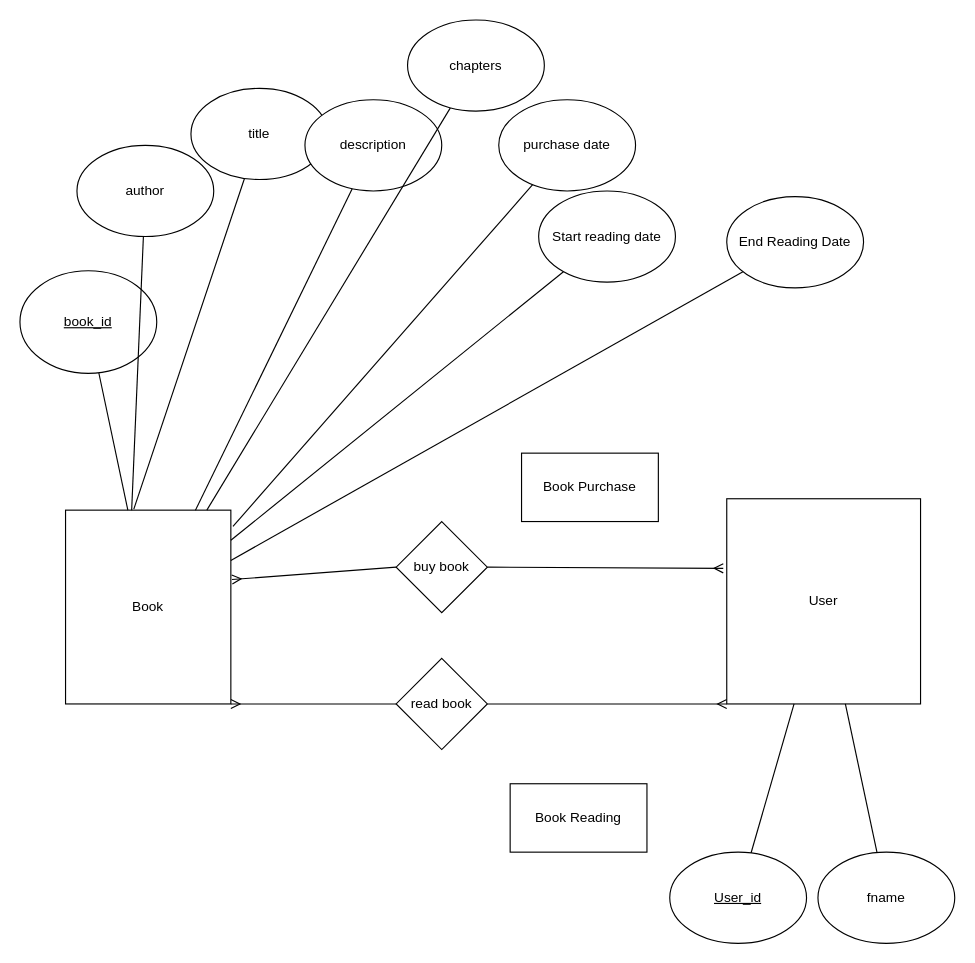
The draw.io diagram page "ER" (2 of 5) of Gerlinde/diagrams.drawio in peru3232/Database-development--Day1, before the edit. Source tidied: cells renumbered, new cells numbered last; positions are measured from the earlier drawing's top-left corner, leaving out a move shared by most shapes. Both pictures are drawn from the tidied source at 114%, with x=0, y=0 at pixel (19, 19).
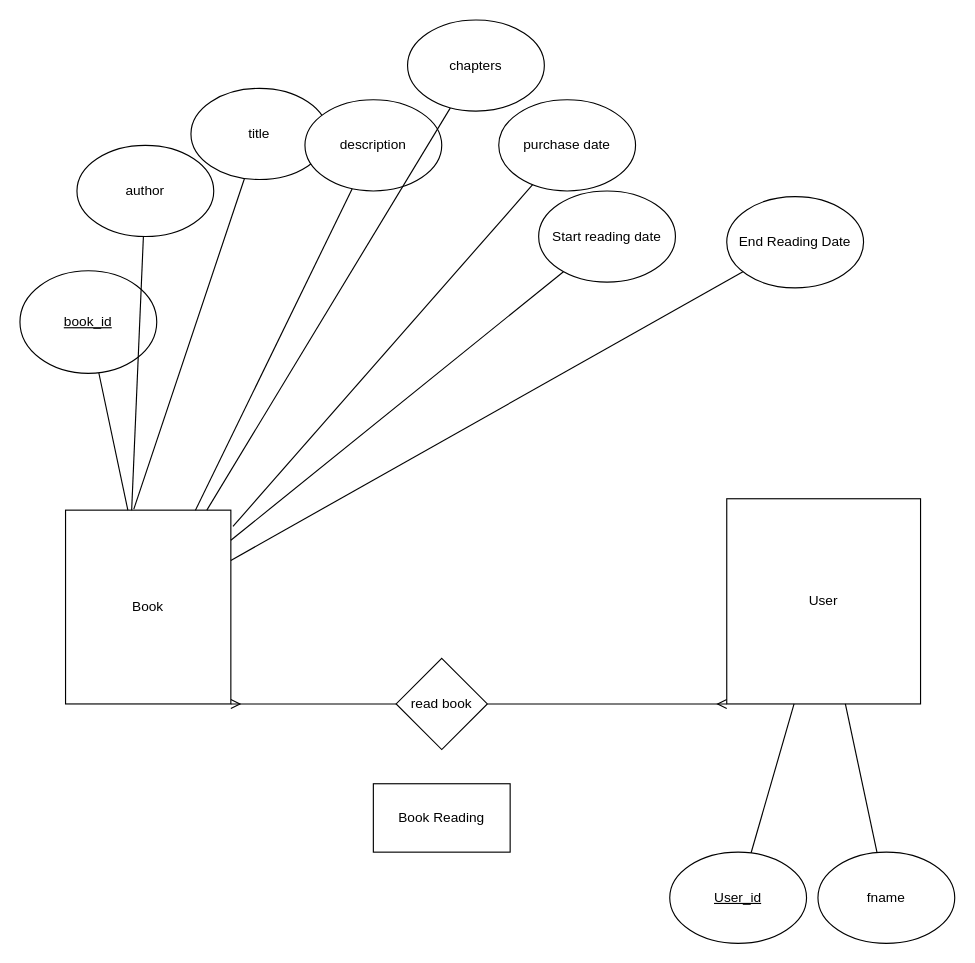
The same diagram, later.

The change refers to these unchanged cells:
```xml
<mxCell id="3" value="Book" style="whiteSpace=wrap;html=1;" parent="1" vertex="1">
  <mxGeometry x="40" y="430" width="145" height="170" as="geometry" />
</mxCell>
<mxCell id="11" value="User" style="rounded=0;whiteSpace=wrap;html=1;" parent="1" vertex="1">
  <mxGeometry x="620" y="420" width="170" height="180" as="geometry" />
</mxCell>
```

What changed in the source:
```diff
@@
-    <mxCell id="4" value="Book Purchase" style="whiteSpace=wrap;html=1;" parent="1" vertex="1">
-      <mxGeometry x="440" y="380" width="120" height="60" as="geometry" />
-    </mxCell>
     <mxCell id="5" value="Book Reading" style="whiteSpace=wrap;html=1;" parent="1" vertex="1">
-      <mxGeometry x="430" y="670" width="120" height="60" as="geometry" />
+      <mxGeometry x="310" y="670" width="120" height="60" as="geometry" />
     </mxCell>
-    <mxCell id="6" style="edgeStyle=none;html=1;exitX=0;exitY=0.5;exitDx=0;exitDy=0;entryX=1.007;entryY=0.358;entryDx=0;entryDy=0;entryPerimeter=0;startArrow=none;startFill=0;endArrow=ERmany;endFill=0;" parent="1" edge="1" source="8" target="3">
-      <mxGeometry relative="1" as="geometry" />
-    </mxCell>
-    <mxCell id="7" style="edgeStyle=none;html=1;exitX=1;exitY=0.5;exitDx=0;exitDy=0;entryX=-0.018;entryY=0.339;entryDx=0;entryDy=0;startArrow=none;startFill=0;endArrow=ERmany;endFill=0;entryPerimeter=0;" parent="1" edge="1" source="8" target="11">
-      <mxGeometry relative="1" as="geometry" />
-    </mxCell>
-    <mxCell id="8" value="buy book" style="rhombus;whiteSpace=wrap;html=1;" parent="1" vertex="1">
-      <mxGeometry x="330" y="440" width="80" height="80" as="geometry" />
-    </mxCell>
```
